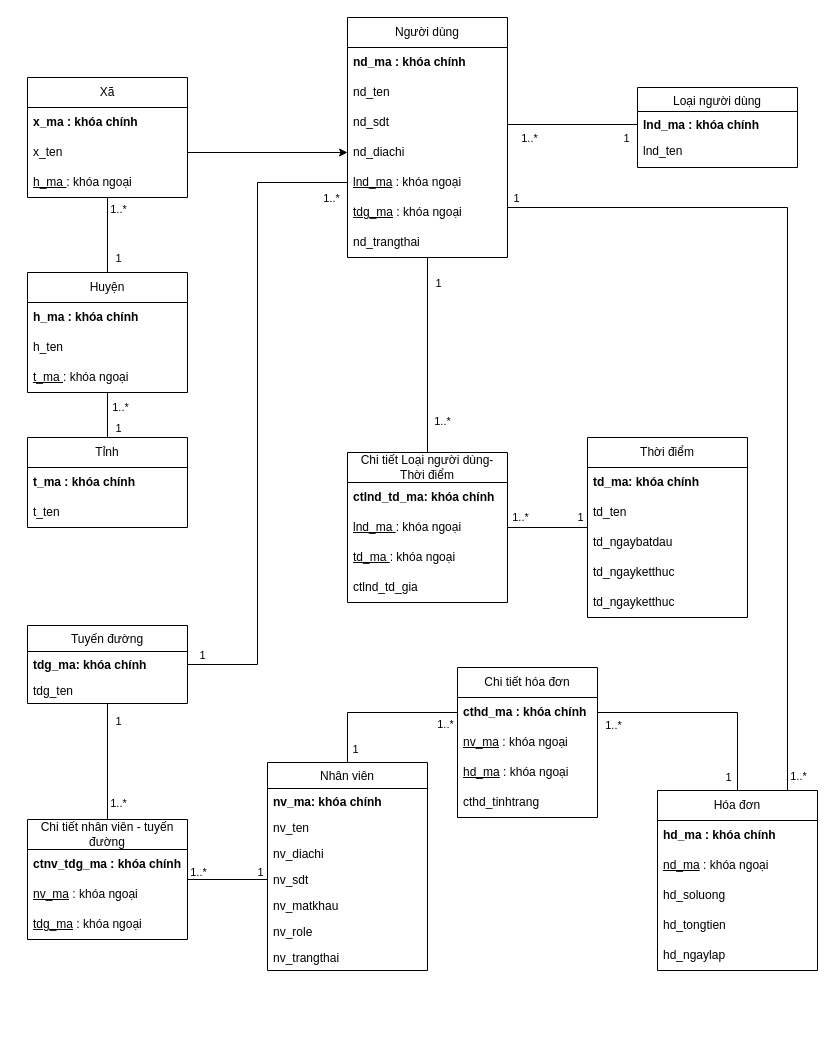
Above: Untitled Diagram.drawio in vinhb2012055/HTTT (draw.io), before the change. Source tidied: cells renumbered, new cells numbered last; positions are measured from the earlier drawing's top-left corner, leaving out a move shared by most shapes. Both pictures are drawn from the tidied source at 100%, with x=0, y=0 at pixel (27, 17).
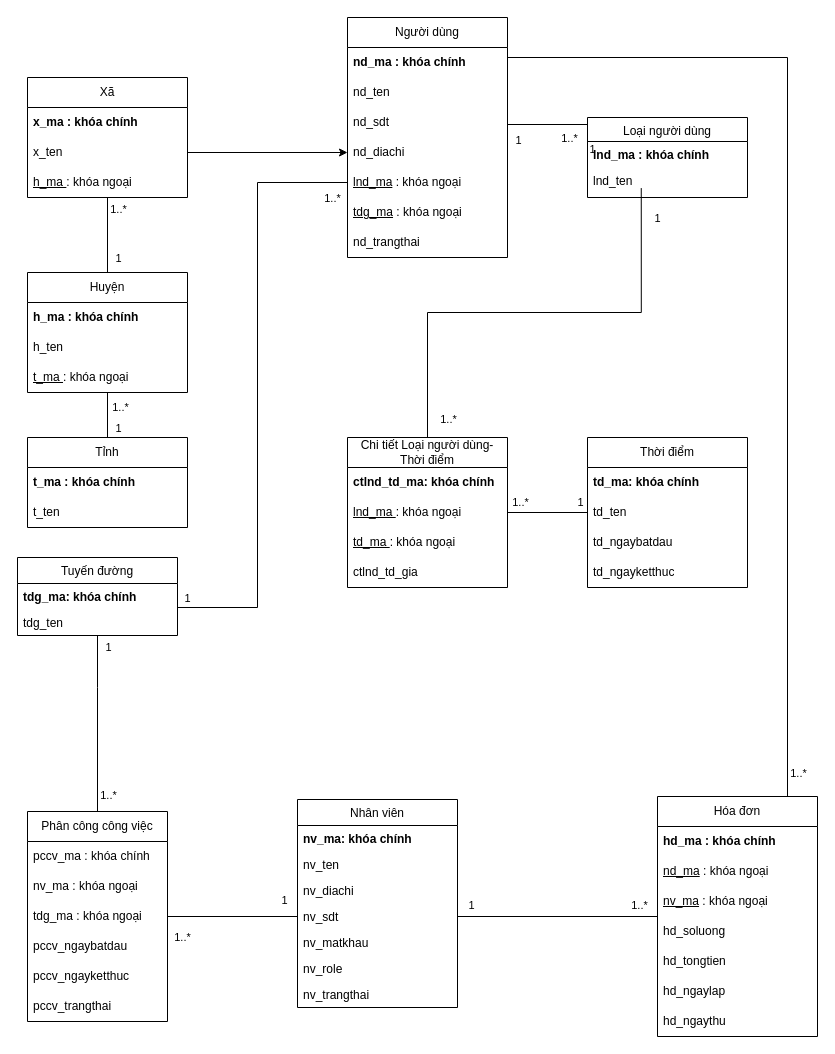
The same diagram, later.

Unchanged cells that the change refers to:
```xml
<mxCell id="2" style="edgeStyle=orthogonalEdgeStyle;rounded=0;jettySize=auto;html=1;exitX=0;exitY=0.5;exitDx=0;exitDy=0;entryX=1;entryY=0.5;entryDx=0;entryDy=0;endArrow=none;endFill=0;" parent="1" edge="1" source="6" target="59">
  <mxGeometry relative="1" as="geometry">
    <Array as="points">
      <mxPoint x="480" y="107" />
    </Array>
  </mxGeometry>
</mxCell>
<mxCell id="7" value="lnd_ten" style="text;align=left;verticalAlign=top;spacingLeft=4;spacingRight=4;overflow=hidden;points=[[0,0.5],[1,0.5]];portConstraint=eastwest;rounded=0;shadow=0;html=0;" parent="5" vertex="1">
  <mxGeometry y="50" width="160" height="20" as="geometry" />
</mxCell>
<mxCell id="9" value="tdg_ma: khóa chính" style="text;align=left;verticalAlign=top;spacingLeft=4;spacingRight=4;overflow=hidden;points=[[0,0.5],[1,0.5]];portConstraint=eastwest;fontStyle=1;" parent="8" vertex="1">
  <mxGeometry y="26" width="160" height="26" as="geometry" />
</mxCell>
<mxCell id="18" value="nv_sdt" style="text;align=left;verticalAlign=top;spacingLeft=4;spacingRight=4;overflow=hidden;points=[[0,0.5],[1,0.5]];portConstraint=eastwest;rounded=0;shadow=0;html=0;" parent="14" vertex="1">
  <mxGeometry y="104" width="160" height="26" as="geometry" />
</mxCell>
<mxCell id="56" value="Người dùng" style="swimlane;fontStyle=0;horizontal=1;startSize=30;whiteSpace=wrap;html=1;" parent="1" vertex="1">
  <mxGeometry x="320" width="160" height="240" as="geometry" />
</mxCell>
<mxCell id="61" value="&lt;u&gt;lnd_ma&lt;/u&gt; : khóa ngoại" style="text;strokeColor=none;fillColor=none;align=left;verticalAlign=middle;spacingLeft=4;spacingRight=4;overflow=hidden;points=[[0,0.5],[1,0.5]];portConstraint=eastwest;whiteSpace=wrap;html=1;" parent="56" vertex="1">
  <mxGeometry y="150" width="160" height="30" as="geometry" />
</mxCell>
<mxCell id="62" value="&lt;u&gt;tdg_ma&lt;/u&gt; : khóa ngoại" style="text;strokeColor=none;fillColor=none;align=left;verticalAlign=middle;spacingLeft=4;spacingRight=4;overflow=hidden;points=[[0,0.5],[1,0.5]];portConstraint=eastwest;whiteSpace=wrap;html=1;" parent="56" vertex="1">
  <mxGeometry y="180" width="160" height="30" as="geometry" />
</mxCell>
```

Change to the diagram source:
```diff
@@
     <mxCell id="4" value="1..*" style="edgeLabel;html=1;align=center;verticalAlign=middle;" parent="2" vertex="1">
       <mxGeometry x="0.65" y="-1" relative="1" as="geometry">
-        <mxPoint y="14" as="offset" />
+        <mxPoint x="43" y="14" as="offset" />
       </mxGeometry>
     </mxCell>
     <mxCell id="5" value="Loại người dùng" style="swimlane;fontStyle=0;align=center;verticalAlign=top;horizontal=1;startSize=24;rounded=0;shadow=0;strokeWidth=1;" parent="1" vertex="1">
-      <mxGeometry x="610" y="70" width="160" height="80" as="geometry" />
+      <mxGeometry x="560" y="100" width="160" height="80" as="geometry" />
     </mxCell>
@@
+    <mxCell id="95" style="edgeStyle=orthogonalEdgeStyle;rounded=0;jettySize=auto;html=1;endArrow=none;endFill=0;" parent="1" edge="1" source="8" target="100">
+      <mxGeometry relative="1" as="geometry">
+        <Array as="points">
+          <mxPoint x="70" y="670" />
+          <mxPoint x="70" y="670" />
+        </Array>
+      </mxGeometry>
+    </mxCell>
+    <mxCell id="96" value="1" style="edgeLabel;html=1;align=center;verticalAlign=middle;" parent="95" vertex="1">
+      <mxGeometry x="-0.83" relative="1" as="geometry">
+        <mxPoint x="10" y="-4" as="offset" />
+      </mxGeometry>
+    </mxCell>
+    <mxCell id="97" value="1..*" style="edgeLabel;html=1;align=center;verticalAlign=middle;" parent="95" vertex="1">
+      <mxGeometry x="0.81" y="-2" relative="1" as="geometry">
+        <mxPoint x="12" as="offset" />
+      </mxGeometry>
+    </mxCell>
     <mxCell id="8" value="Tuyến đường" style="swimlane;fontStyle=0;align=center;verticalAlign=top;horizontal=1;startSize=26;rounded=0;shadow=0;strokeWidth=1;" parent="1" vertex="1">
-      <mxGeometry y="608" width="160" height="78" as="geometry" />
+      <mxGeometry x="-10" y="540" width="160" height="78" as="geometry" />
     </mxCell>
@@
-    <mxCell id="11" style="edgeStyle=orthogonalEdgeStyle;rounded=0;jettySize=auto;html=1;exitX=0.5;exitY=0;exitDx=0;exitDy=0;entryX=0;entryY=0.5;entryDx=0;entryDy=0;endArrow=none;endFill=0;" parent="1" edge="1" source="14" target="88">
-      <mxGeometry relative="1" as="geometry" />
-    </mxCell>
-    <mxCell id="12" value="1" style="edgeLabel;html=1;align=center;verticalAlign=middle;" parent="11" vertex="1">
-      <mxGeometry x="-0.78" y="1" relative="1" as="geometry">
-        <mxPoint x="8" y="4" as="offset" />
-      </mxGeometry>
-    </mxCell>
-    <mxCell id="13" value="1..*" style="edgeLabel;html=1;align=center;verticalAlign=middle;" parent="11" vertex="1">
-      <mxGeometry x="0.68" y="3" relative="1" as="geometry">
-        <mxPoint x="13" y="14" as="offset" />
-      </mxGeometry>
-    </mxCell>
     <mxCell id="14" value="Nhân viên&#10;" style="swimlane;fontStyle=0;align=center;verticalAlign=top;horizontal=1;startSize=26;rounded=0;shadow=0;strokeWidth=1;" parent="1" vertex="1">
-      <mxGeometry x="240" y="745" width="160" height="208" as="geometry" />
+      <mxGeometry x="270" y="782" width="160" height="208" as="geometry" />
     </mxCell>
@@
     <mxCell id="25" value="Thời điểm" style="swimlane;fontStyle=0;horizontal=1;startSize=30;whiteSpace=wrap;html=1;" parent="1" vertex="1">
-      <mxGeometry x="560" y="420" width="160" height="180" as="geometry" />
+      <mxGeometry x="560" y="420" width="160" height="150" as="geometry" />
     </mxCell>
@@
-    <mxCell id="30" value="td_ngayketthuc" style="text;strokeColor=none;fillColor=none;align=left;verticalAlign=middle;spacingLeft=4;spacingRight=4;overflow=hidden;whiteSpace=wrap;html=1;" parent="25" vertex="1">
-      <mxGeometry y="150" width="160" height="30" as="geometry" />
-    </mxCell>
-    <mxCell id="31" style="edgeStyle=orthogonalEdgeStyle;rounded=0;jettySize=auto;html=1;exitX=0.5;exitY=0;exitDx=0;exitDy=0;endArrow=none;endFill=0;" parent="1" edge="1" source="34" target="56">
-      <mxGeometry relative="1" as="geometry" />
-    </mxCell>
-    <mxCell id="32" value="1" style="edgeLabel;html=1;align=center;verticalAlign=middle;" parent="31" vertex="1">
-      <mxGeometry x="0.73" y="-1" relative="1" as="geometry">
-        <mxPoint x="9" y="-1" as="offset" />
-      </mxGeometry>
-    </mxCell>
-    <mxCell id="33" value="1..*" style="edgeLabel;html=1;align=center;verticalAlign=middle;" parent="31" vertex="1">
-      <mxGeometry x="-0.65" y="-1" relative="1" as="geometry">
-        <mxPoint x="13" y="2" as="offset" />
-      </mxGeometry>
-    </mxCell>
     <mxCell id="34" value="Chi tiết Loại người dùng- Thời điểm" style="swimlane;fontStyle=0;horizontal=1;startSize=30;whiteSpace=wrap;html=1;" parent="1" vertex="1">
-      <mxGeometry x="320" y="435" width="160" height="150" as="geometry" />
+      <mxGeometry x="320" y="420" width="160" height="150" as="geometry" />
     </mxCell>
@@
-    <mxCell id="64" style="edgeStyle=orthogonalEdgeStyle;rounded=0;jettySize=auto;html=1;exitX=0.5;exitY=0;exitDx=0;exitDy=0;endArrow=none;endFill=0;" parent="1" edge="1" source="70" target="8">
-      <mxGeometry relative="1" as="geometry" />
-    </mxCell>
-    <mxCell id="65" value="1" style="edgeLabel;html=1;align=center;verticalAlign=middle;" parent="64" vertex="1">
-      <mxGeometry x="0.71" y="1" relative="1" as="geometry">
-        <mxPoint x="11" as="offset" />
-      </mxGeometry>
-    </mxCell>
-    <mxCell id="66" value="1..*" style="edgeLabel;html=1;align=center;verticalAlign=middle;" parent="64" vertex="1">
-      <mxGeometry x="-0.57" y="-1" relative="1" as="geometry">
-        <mxPoint x="9" y="8" as="offset" />
-      </mxGeometry>
-    </mxCell>
-    <mxCell id="67" style="edgeStyle=orthogonalEdgeStyle;rounded=0;jettySize=auto;html=1;entryX=0;entryY=0.5;entryDx=0;entryDy=0;endArrow=none;endFill=0;" parent="1" edge="1" source="70" target="18">
-      <mxGeometry relative="1" as="geometry" />
-    </mxCell>
-    <mxCell id="68" value="1..*" style="edgeLabel;html=1;align=center;verticalAlign=middle;" parent="67" vertex="1">
-      <mxGeometry x="-0.84" y="1" relative="1" as="geometry">
-        <mxPoint x="4" y="-7" as="offset" />
-      </mxGeometry>
-    </mxCell>
-    <mxCell id="69" value="1" style="edgeLabel;html=1;align=center;verticalAlign=middle;" parent="67" vertex="1">
-      <mxGeometry x="0.87" y="1" relative="1" as="geometry">
-        <mxPoint x="-3" y="-7" as="offset" />
-      </mxGeometry>
-    </mxCell>
-    <mxCell id="70" value="Chi tiết nhân viên - tuyến đường" style="swimlane;fontStyle=0;horizontal=1;startSize=30;whiteSpace=wrap;html=1;" parent="1" vertex="1">
-      <mxGeometry y="802" width="160" height="120" as="geometry" />
-    </mxCell>
-    <mxCell id="71" value="ctnv_tdg_ma : khóa chính" style="text;strokeColor=none;fillColor=none;align=left;verticalAlign=middle;spacingLeft=4;spacingRight=4;overflow=hidden;whiteSpace=wrap;html=1;fontStyle=1;" parent="70" vertex="1">
-      <mxGeometry y="30" width="160" height="30" as="geometry" />
-    </mxCell>
-    <mxCell id="72" value="&lt;u&gt;nv_ma&lt;/u&gt; : khóa ngoại" style="text;strokeColor=none;fillColor=none;align=left;verticalAlign=middle;spacingLeft=4;spacingRight=4;overflow=hidden;whiteSpace=wrap;html=1;" parent="70" vertex="1">
-      <mxGeometry y="60" width="160" height="30" as="geometry" />
-    </mxCell>
-    <mxCell id="73" value="&lt;u&gt;tdg_ma&lt;/u&gt; : khóa ngoại" style="text;strokeColor=none;fillColor=none;align=left;verticalAlign=middle;spacingLeft=4;spacingRight=4;overflow=hidden;whiteSpace=wrap;html=1;" parent="70" vertex="1">
-      <mxGeometry y="90" width="160" height="30" as="geometry" />
-    </mxCell>
-    <mxCell id="74" style="edgeStyle=orthogonalEdgeStyle;rounded=0;jettySize=auto;html=1;exitX=0.5;exitY=0;exitDx=0;exitDy=0;entryX=1;entryY=0.5;entryDx=0;entryDy=0;endArrow=none;endFill=0;" parent="1" edge="1" source="77" target="88">
-      <mxGeometry relative="1" as="geometry" />
-    </mxCell>
-    <mxCell id="75" value="1..*" style="edgeLabel;html=1;align=center;verticalAlign=middle;" parent="74" vertex="1">
-      <mxGeometry x="0.8" y="-1" relative="1" as="geometry">
-        <mxPoint x="-7" y="13" as="offset" />
-      </mxGeometry>
-    </mxCell>
-    <mxCell id="76" value="1" style="edgeLabel;html=1;align=center;verticalAlign=middle;" parent="74" vertex="1">
-      <mxGeometry x="-0.81" relative="1" as="geometry">
-        <mxPoint x="-10" y="7" as="offset" />
-      </mxGeometry>
-    </mxCell>
     <mxCell id="77" value="Hóa đơn" style="swimlane;fontStyle=0;horizontal=1;startSize=30;whiteSpace=wrap;html=1;" parent="1" vertex="1">
-      <mxGeometry x="630" y="773" width="160" height="180" as="geometry" />
+      <mxGeometry x="630" y="779" width="160" height="240" as="geometry" />
     </mxCell>
@@
+    <mxCell id="98" value="&lt;u&gt;nv_ma&lt;/u&gt; : khóa ngoại" style="text;strokeColor=none;fillColor=none;align=left;verticalAlign=middle;spacingLeft=4;spacingRight=4;overflow=hidden;whiteSpace=wrap;html=1;" parent="77" vertex="1">
+      <mxGeometry y="90" width="160" height="30" as="geometry" />
+    </mxCell>
     <mxCell id="80" value="hd_soluong" style="text;strokeColor=none;fillColor=none;align=left;verticalAlign=middle;spacingLeft=4;spacingRight=4;overflow=hidden;whiteSpace=wrap;html=1;" parent="77" vertex="1">
-      <mxGeometry y="90" width="160" height="30" as="geometry" />
+      <mxGeometry y="120" width="160" height="30" as="geometry" />
     </mxCell>
     <mxCell id="81" value="hd_tongtien" style="text;strokeColor=none;fillColor=none;align=left;verticalAlign=middle;spacingLeft=4;spacingRight=4;overflow=hidden;whiteSpace=wrap;html=1;" parent="77" vertex="1">
-      <mxGeometry y="120" width="160" height="30" as="geometry" />
+      <mxGeometry y="150" width="160" height="30" as="geometry" />
     </mxCell>
     <mxCell id="82" value="hd_ngaylap" style="text;strokeColor=none;fillColor=none;align=left;verticalAlign=middle;spacingLeft=4;spacingRight=4;overflow=hidden;whiteSpace=wrap;html=1;" parent="77" vertex="1">
-      <mxGeometry y="150" width="160" height="30" as="geometry" />
+      <mxGeometry y="180" width="160" height="30" as="geometry" />
     </mxCell>
+    <mxCell id="99" value="hd_ngaythu" style="text;strokeColor=none;fillColor=none;align=left;verticalAlign=middle;spacingLeft=4;spacingRight=4;overflow=hidden;whiteSpace=wrap;html=1;" parent="77" vertex="1">
+      <mxGeometry y="210" width="160" height="30" as="geometry" />
+    </mxCell>
     <mxCell id="83" style="edgeStyle=orthogonalEdgeStyle;rounded=0;jettySize=auto;html=1;entryX=1;entryY=0.5;entryDx=0;entryDy=0;endArrow=none;endFill=0;" parent="1" edge="1" source="61" target="9">
       <mxGeometry relative="1" as="geometry">
         <Array as="points">
           <mxPoint x="230" y="165" />
-          <mxPoint x="230" y="647" />
+          <mxPoint x="230" y="590" />
+          <mxPoint x="150" y="590" />
         </Array>
       </mxGeometry>
     </mxCell>
@@
     <mxCell id="85" value="1" style="edgeLabel;html=1;align=center;verticalAlign=middle;" parent="83" vertex="1">
       <mxGeometry x="0.9" y="-1" relative="1" as="geometry">
-        <mxPoint x="-18" y="-9" as="offset" />
+        <mxPoint x="-10" y="-9" as="offset" />
       </mxGeometry>
     </mxCell>
@@
-    <mxCell id="87" value="Chi tiết hóa đơn" style="swimlane;fontStyle=0;horizontal=1;startSize=30;whiteSpace=wrap;html=1;" parent="1" vertex="1">
-      <mxGeometry x="430" y="650" width="140" height="150" as="geometry" />
-    </mxCell>
-    <mxCell id="88" value="cthd_ma : khóa chính" style="text;strokeColor=none;fillColor=none;align=left;verticalAlign=middle;spacingLeft=4;spacingRight=4;overflow=hidden;points=[[0,0.5],[1,0.5]];portConstraint=eastwest;whiteSpace=wrap;html=1;fontStyle=1;" parent="87" vertex="1">
-      <mxGeometry y="30" width="140" height="30" as="geometry" />
-    </mxCell>
-    <mxCell id="89" value="&lt;u&gt;nv_ma&lt;/u&gt; : khóa ngoại" style="text;strokeColor=none;fillColor=none;align=left;verticalAlign=middle;spacingLeft=4;spacingRight=4;overflow=hidden;whiteSpace=wrap;html=1;" parent="87" vertex="1">
-      <mxGeometry y="60" width="140" height="30" as="geometry" />
-    </mxCell>
-    <mxCell id="90" value="&lt;u&gt;hd_ma&lt;/u&gt; : khóa ngoại" style="text;strokeColor=none;fillColor=none;align=left;verticalAlign=middle;spacingLeft=4;spacingRight=4;overflow=hidden;whiteSpace=wrap;html=1;" parent="87" vertex="1">
-      <mxGeometry y="90" width="140" height="30" as="geometry" />
-    </mxCell>
-    <mxCell id="91" value="cthd_tinhtrang" style="text;strokeColor=none;fillColor=none;align=left;verticalAlign=middle;spacingLeft=4;spacingRight=4;overflow=hidden;whiteSpace=wrap;html=1;" parent="87" vertex="1">
-      <mxGeometry y="120" width="140" height="30" as="geometry" />
-    </mxCell>
     <mxCell id="92" style="edgeStyle=orthogonalEdgeStyle;rounded=0;jettySize=auto;html=1;entryX=1;entryY=0.5;entryDx=0;entryDy=0;endArrow=none;endFill=0;" parent="1" edge="1" source="77" target="62">
       <mxGeometry relative="1" as="geometry">
         <Array as="points">
-          <mxPoint x="760" y="190" />
-          <mxPoint x="480" y="190" />
+          <mxPoint x="760" y="40" />
+          <mxPoint x="480" y="40" />
         </Array>
       </mxGeometry>
     </mxCell>
     <mxCell id="93" value="1" style="edgeLabel;html=1;align=center;verticalAlign=middle;" parent="92" vertex="1">
       <mxGeometry x="0.94" y="-5" relative="1" as="geometry">
-        <mxPoint x="-13" y="-5" as="offset" />
+        <mxPoint x="15" y="-38" as="offset" />
       </mxGeometry>
     </mxCell>
@@
+    <mxCell id="100" value="Phân công công việc" style="swimlane;fontStyle=0;horizontal=1;startSize=30;whiteSpace=wrap;html=1;" parent="1" vertex="1">
+      <mxGeometry y="794" width="140" height="210" as="geometry" />
+    </mxCell>
+    <mxCell id="101" value="pccv_ma : khóa chính" style="text;strokeColor=none;fillColor=none;align=left;verticalAlign=middle;spacingLeft=4;spacingRight=4;overflow=hidden;whiteSpace=wrap;html=1;" parent="100" vertex="1">
+      <mxGeometry y="30" width="140" height="30" as="geometry" />
+    </mxCell>
+    <mxCell id="102" value="nv_ma : khóa ngoại" style="text;strokeColor=none;fillColor=none;align=left;verticalAlign=middle;spacingLeft=4;spacingRight=4;overflow=hidden;whiteSpace=wrap;html=1;" parent="100" vertex="1">
+      <mxGeometry y="60" width="140" height="30" as="geometry" />
+    </mxCell>
+    <mxCell id="73" value="tdg_ma : khóa ngoại" style="text;strokeColor=none;fillColor=none;align=left;verticalAlign=middle;spacingLeft=4;spacingRight=4;overflow=hidden;whiteSpace=wrap;html=1;" parent="100" vertex="1">
+      <mxGeometry y="90" width="140" height="30" as="geometry" />
+    </mxCell>
+    <mxCell id="103" value="pccv_ngaybatdau" style="text;strokeColor=none;fillColor=none;align=left;verticalAlign=middle;spacingLeft=4;spacingRight=4;overflow=hidden;whiteSpace=wrap;html=1;" parent="100" vertex="1">
+      <mxGeometry y="120" width="140" height="30" as="geometry" />
+    </mxCell>
+    <mxCell id="104" value="pccv_ngayketthuc" style="text;strokeColor=none;fillColor=none;align=left;verticalAlign=middle;spacingLeft=4;spacingRight=4;overflow=hidden;whiteSpace=wrap;html=1;" parent="100" vertex="1">
+      <mxGeometry y="150" width="140" height="30" as="geometry" />
+    </mxCell>
+    <mxCell id="105" value="pccv_trangthai" style="text;strokeColor=none;fillColor=none;align=left;verticalAlign=middle;spacingLeft=4;spacingRight=4;overflow=hidden;whiteSpace=wrap;html=1;" parent="100" vertex="1">
+      <mxGeometry y="180" width="140" height="30" as="geometry" />
+    </mxCell>
+    <mxCell id="106" style="edgeStyle=orthogonalEdgeStyle;rounded=0;jettySize=auto;html=1;endArrow=none;endFill=0;" parent="1" edge="1" source="18" target="100">
+      <mxGeometry relative="1" as="geometry" />
+    </mxCell>
+    <mxCell id="107" value="1..*" style="edgeLabel;html=1;align=center;verticalAlign=middle;" parent="106" vertex="1">
+      <mxGeometry x="0.79" y="-2" relative="1" as="geometry">
+        <mxPoint y="22" as="offset" />
+      </mxGeometry>
+    </mxCell>
+    <mxCell id="108" value="1" style="edgeLabel;html=1;align=center;verticalAlign=middle;" parent="106" vertex="1">
+      <mxGeometry x="-0.78" relative="1" as="geometry">
+        <mxPoint y="-17" as="offset" />
+      </mxGeometry>
+    </mxCell>
+    <mxCell id="109" style="edgeStyle=orthogonalEdgeStyle;rounded=0;jettySize=auto;html=1;exitX=0.5;exitY=0;exitDx=0;exitDy=0;entryX=0.336;entryY=1.029;entryDx=0;entryDy=0;entryPerimeter=0;endArrow=none;endFill=0;" parent="1" edge="1" source="34" target="7">
+      <mxGeometry relative="1" as="geometry" />
+    </mxCell>
+    <mxCell id="110" value="1" style="edgeLabel;html=1;align=center;verticalAlign=middle;" parent="109" vertex="1">
+      <mxGeometry x="0.89" y="-3" relative="1" as="geometry">
+        <mxPoint x="13" y="5" as="offset" />
+      </mxGeometry>
+    </mxCell>
+    <mxCell id="111" value="1..*" style="edgeLabel;html=1;align=center;verticalAlign=middle;" parent="109" vertex="1">
+      <mxGeometry x="-0.86" y="-2" relative="1" as="geometry">
+        <mxPoint x="18" y="13" as="offset" />
+      </mxGeometry>
+    </mxCell>
+    <mxCell id="112" style="edgeStyle=orthogonalEdgeStyle;rounded=0;jettySize=auto;html=1;endArrow=none;endFill=0;" parent="1" edge="1" source="18" target="77">
+      <mxGeometry relative="1" as="geometry" />
+    </mxCell>
+    <mxCell id="113" value="1..*" style="edgeLabel;html=1;align=center;verticalAlign=middle;" parent="112" vertex="1">
+      <mxGeometry x="0.81" y="3" relative="1" as="geometry">
+        <mxPoint y="-9" as="offset" />
+      </mxGeometry>
+    </mxCell>
+    <mxCell id="114" value="1" style="edgeLabel;html=1;align=center;verticalAlign=middle;" parent="112" vertex="1">
+      <mxGeometry x="-0.87" relative="1" as="geometry">
+        <mxPoint y="-12" as="offset" />
+      </mxGeometry>
+    </mxCell>
```
